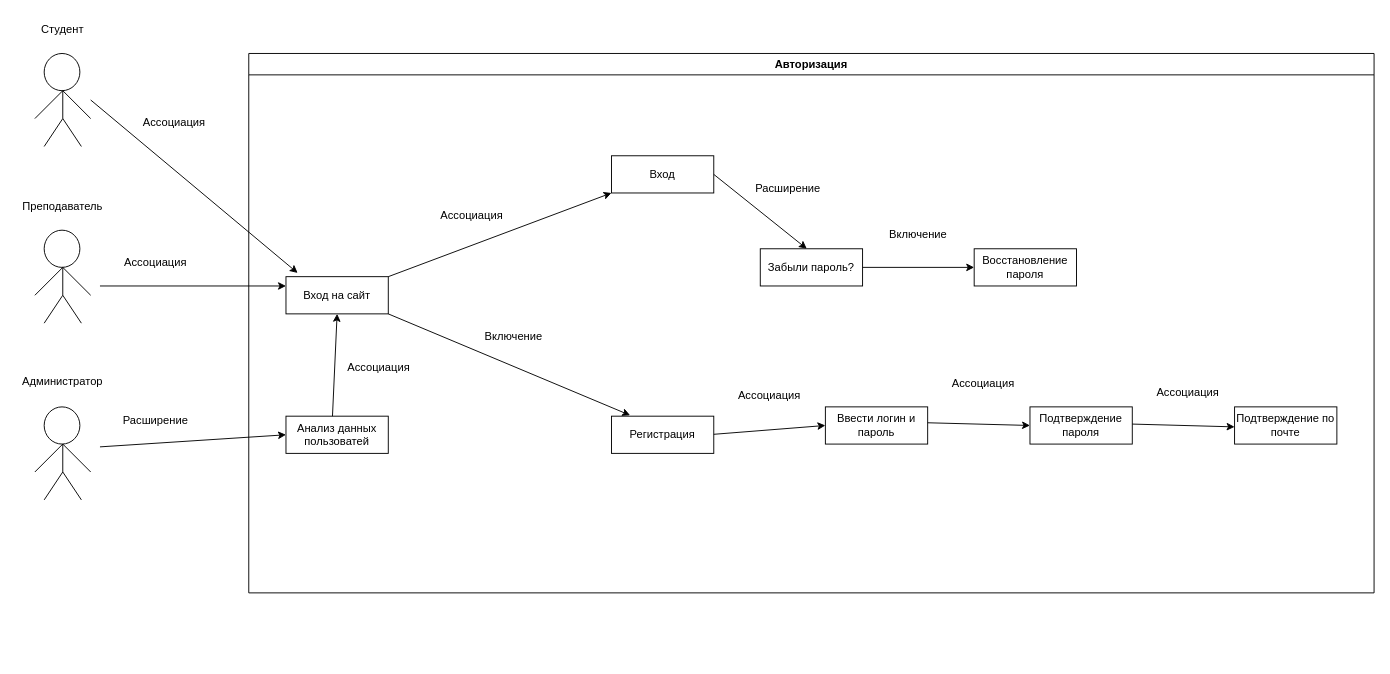
Above: wffwfwfwf.drawio in foreverhermit/Kursovaya-rabota (draw.io), before the change. Source tidied: cells renumbered, new cells numbered last; positions are measured from the earlier drawing's top-left corner, leaving out a move shared by most shapes. Both pictures are drawn from the tidied source at 93%, with x=0, y=0 at pixel (16, 16).
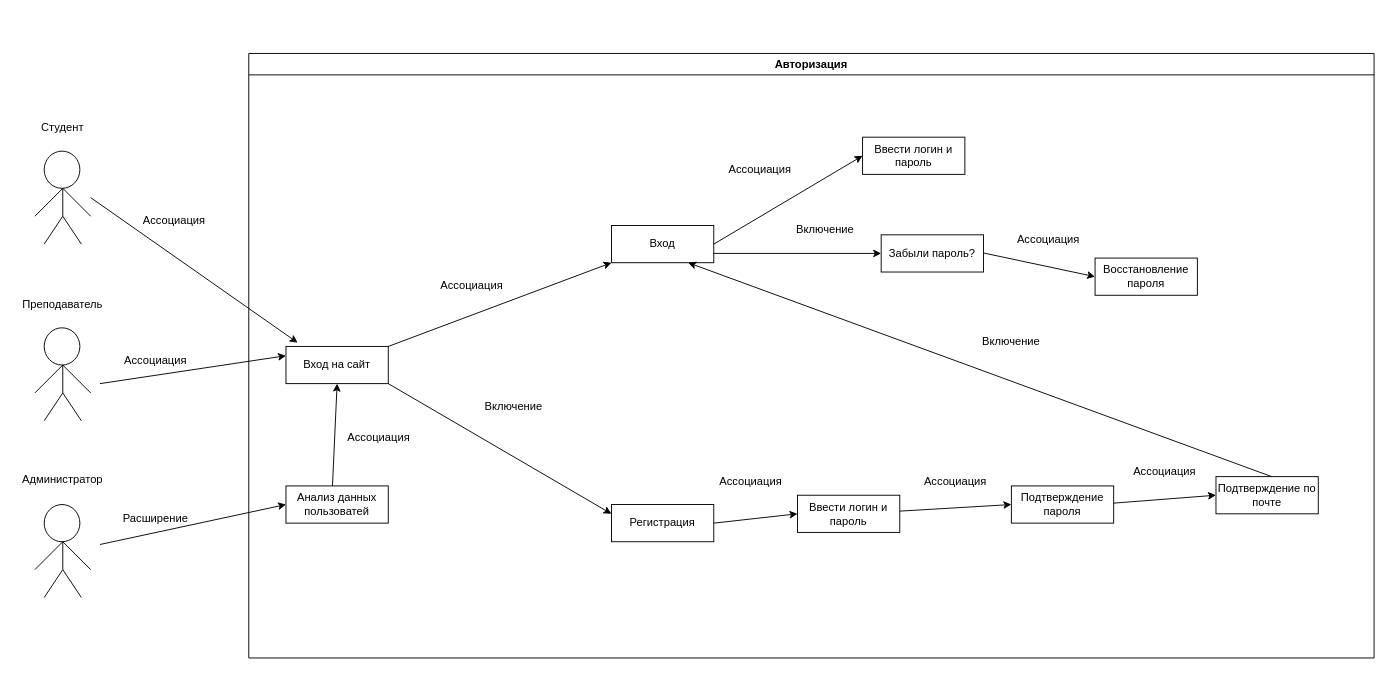
After the change.

Change to the diagram source:
```diff
@@
+    <mxCell id="23" value="Авторизация" style="swimlane;whiteSpace=wrap;html=1;" parent="1" vertex="1">
+      <mxGeometry x="250" y="40" width="1210" height="650" as="geometry" />
+    </mxCell>
-    <mxCell id="2" style="group;" parent="1" vertex="1">
-      <mxGeometry x="20" y="40" width="60" height="100" as="geometry" />
+    <mxCell id="2" style="group;" parent="23" vertex="1">
+      <mxGeometry x="-230" y="105" width="60" height="100" as="geometry" />
     </mxCell>
@@
-    <mxCell id="9" style="group;" parent="1" vertex="1">
-      <mxGeometry x="20" y="420" width="60" height="100" as="geometry" />
+    <mxCell id="9" style="group;" parent="23" vertex="1">
+      <mxGeometry x="-230" y="485" width="60" height="100" as="geometry" />
     </mxCell>
@@
-    <mxCell id="16" style="group;" parent="1" vertex="1">
-      <mxGeometry x="20" y="230" width="60" height="100" as="geometry" />
+    <mxCell id="16" style="group;" parent="23" vertex="1">
+      <mxGeometry x="-230" y="295" width="60" height="100" as="geometry" />
     </mxCell>
@@
-    <mxCell id="23" value="Авторизация" style="swimlane;whiteSpace=wrap;html=1;" parent="1" vertex="1">
-      <mxGeometry x="250" y="40" width="1210" height="580" as="geometry" />
-    </mxCell>
     <mxCell id="24" value="Вход на сайт" style="rounded=0;whiteSpace=wrap;html=1;" parent="23" vertex="1">
-      <mxGeometry x="40" y="240" width="110" height="40" as="geometry" />
+      <mxGeometry x="40" y="315" width="110" height="40" as="geometry" />
     </mxCell>
     <mxCell id="25" value="Регистрация" style="rounded=0;whiteSpace=wrap;html=1;" parent="23" vertex="1">
-      <mxGeometry x="390" y="390" width="110" height="40" as="geometry" />
+      <mxGeometry x="390" y="485" width="110" height="40" as="geometry" />
     </mxCell>
     <mxCell id="26" value="Вход" style="rounded=0;whiteSpace=wrap;html=1;" parent="23" vertex="1">
-      <mxGeometry x="390" y="110" width="110" height="40" as="geometry" />
+      <mxGeometry x="390" y="185" width="110" height="40" as="geometry" />
     </mxCell>
-    <mxCell id="27" style="endArrow=classic;html=1;rounded=0;exitX=1;exitY=0.5;exitDx=0;exitDy=0;" parent="23" edge="1" source="26">
-      <mxGeometry relative="1" as="geometry">
-        <mxPoint x="600" y="210" as="targetPoint" />
-      </mxGeometry>
+    <mxCell id="27" style="endArrow=classic;html=1;rounded=0;exitX=1;exitY=0.5;exitDx=0;exitDy=0;entryX=0;entryY=0.5;entryDx=0;entryDy=0;" parent="23" edge="1" source="26" target="58">
+      <mxGeometry relative="1" as="geometry" />
     </mxCell>
-    <mxCell id="28" value="Забыли пароль?" style="rounded=0;whiteSpace=wrap;html=1;" parent="23" vertex="1">
-      <mxGeometry x="550" y="210" width="110" height="40" as="geometry" />
-    </mxCell>
     <mxCell id="29" value="Ввести логин и пароль" style="rounded=0;whiteSpace=wrap;html=1;" parent="23" vertex="1">
-      <mxGeometry x="620" y="380" width="110" height="40" as="geometry" />
+      <mxGeometry x="590" y="475" width="110" height="40" as="geometry" />
     </mxCell>
-    <mxCell id="30" style="endArrow=classic;html=1;rounded=0;entryX=0;entryY=0.5;entryDx=0;entryDy=0;" parent="23" edge="1" target="29">
-      <mxGeometry relative="1" as="geometry">
-        <mxPoint x="500" y="409.5" as="sourcePoint" />
-      </mxGeometry>
+    <mxCell id="30" style="endArrow=classic;html=1;rounded=0;entryX=0;entryY=0.5;entryDx=0;entryDy=0;exitX=1;exitY=0.5;exitDx=0;exitDy=0;" parent="23" edge="1" source="25" target="29">
+      <mxGeometry relative="1" as="geometry" />
     </mxCell>
     <mxCell id="31" value="Подтверждение пароля" style="rounded=0;whiteSpace=wrap;html=1;" parent="23" vertex="1">
-      <mxGeometry x="840" y="380" width="110" height="40" as="geometry" />
+      <mxGeometry x="820" y="465" width="110" height="40" as="geometry" />
     </mxCell>
-    <mxCell id="32" style="endArrow=classic;html=1;rounded=0;" parent="23" edge="1">
+    <mxCell id="32" style="endArrow=classic;html=1;rounded=0;entryX=0;entryY=0.5;entryDx=0;entryDy=0;" parent="23" edge="1" target="31">
       <mxGeometry relative="1" as="geometry">
-        <mxPoint x="730" y="397.1" as="sourcePoint" />
-        <mxPoint x="840" y="400" as="targetPoint" />
+        <mxPoint x="700" y="492.1" as="sourcePoint" />
       </mxGeometry>
     </mxCell>
     <mxCell id="33" style="endArrow=classic;html=1;rounded=0;entryX=0;entryY=1;entryDx=0;entryDy=0;" parent="23" edge="1" target="26">
       <mxGeometry relative="1" as="geometry">
-        <mxPoint x="150" y="240" as="sourcePoint" />
+        <mxPoint x="150" y="315" as="sourcePoint" />
       </mxGeometry>
     </mxCell>
-    <mxCell id="34" style="endArrow=classic;html=1;rounded=0;entryX=0.182;entryY=-0.025;entryDx=0;entryDy=0;entryPerimeter=0;" parent="23" edge="1" target="25">
+    <mxCell id="34" style="endArrow=classic;html=1;rounded=0;entryX=0;entryY=0.25;entryDx=0;entryDy=0;" parent="23" edge="1" target="25">
       <mxGeometry relative="1" as="geometry">
-        <mxPoint x="150" y="280" as="sourcePoint" />
+        <mxPoint x="150" y="355" as="sourcePoint" />
       </mxGeometry>
     </mxCell>
-    <mxCell id="35" value="Расширение" style="text;html=1;align=center;verticalAlign=middle;whiteSpace=wrap;rounded=0;" parent="23" vertex="1">
-      <mxGeometry x="550" y="130" width="60" height="30" as="geometry" />
-    </mxCell>
     <mxCell id="36" value="Ассоциация" style="text;html=1;align=center;verticalAlign=middle;whiteSpace=wrap;rounded=0;" parent="23" vertex="1">
-      <mxGeometry x="210" y="160" width="60" height="30" as="geometry" />
+      <mxGeometry x="210" y="235" width="60" height="30" as="geometry" />
     </mxCell>
     <mxCell id="37" value="Включение" style="text;html=1;align=center;verticalAlign=middle;whiteSpace=wrap;rounded=0;" parent="23" vertex="1">
-      <mxGeometry x="255" y="290" width="60" height="30" as="geometry" />
+      <mxGeometry x="255" y="365" width="60" height="30" as="geometry" />
     </mxCell>
     <mxCell id="38" value="Ассоциация" style="text;html=1;align=center;verticalAlign=middle;whiteSpace=wrap;rounded=0;" parent="23" vertex="1">
-      <mxGeometry x="530" y="353" width="60" height="30" as="geometry" />
+      <mxGeometry x="510" y="445" width="60" height="30" as="geometry" />
     </mxCell>
     <mxCell id="39" value="Ассоциация" style="text;html=1;align=center;verticalAlign=middle;whiteSpace=wrap;rounded=0;" parent="23" vertex="1">
-      <mxGeometry x="760" y="340" width="60" height="30" as="geometry" />
+      <mxGeometry x="730" y="445" width="60" height="30" as="geometry" />
     </mxCell>
     <mxCell id="40" value="Анализ данных пользоватей" style="rounded=0;whiteSpace=wrap;html=1;" parent="23" vertex="1">
-      <mxGeometry x="40" y="390" width="110" height="40" as="geometry" />
+      <mxGeometry x="40" y="465" width="110" height="40" as="geometry" />
     </mxCell>
     <mxCell id="41" style="endArrow=classic;html=1;rounded=0;entryX=0.5;entryY=1;entryDx=0;entryDy=0;" parent="23" edge="1" target="24">
       <mxGeometry relative="1" as="geometry">
-        <mxPoint x="90" y="390" as="sourcePoint" />
+        <mxPoint x="90" y="465" as="sourcePoint" />
       </mxGeometry>
     </mxCell>
     <mxCell id="42" value="Ассоциация" style="text;html=1;align=center;verticalAlign=middle;whiteSpace=wrap;rounded=0;" parent="23" vertex="1">
-      <mxGeometry x="110" y="323" width="60" height="30" as="geometry" />
+      <mxGeometry x="110" y="398" width="60" height="30" as="geometry" />
     </mxCell>
     <mxCell id="43" value="Восстановление пароля" style="rounded=0;whiteSpace=wrap;html=1;" parent="23" vertex="1">
-      <mxGeometry x="780" y="210" width="110" height="40" as="geometry" />
+      <mxGeometry x="910" y="220" width="110" height="40" as="geometry" />
     </mxCell>
-    <mxCell id="44" style="endArrow=classic;html=1;rounded=0;entryX=0;entryY=0.5;entryDx=0;entryDy=0;" parent="23" edge="1" target="43">
-      <mxGeometry relative="1" as="geometry">
-        <mxPoint x="660" y="230" as="sourcePoint" />
-      </mxGeometry>
-    </mxCell>
-    <mxCell id="45" value="Включение" style="text;html=1;align=center;verticalAlign=middle;whiteSpace=wrap;rounded=0;" parent="23" vertex="1">
-      <mxGeometry x="690" y="180" width="60" height="30" as="geometry" />
-    </mxCell>
     <mxCell id="46" style="endArrow=classic;html=1;rounded=0;" parent="23" edge="1">
       <mxGeometry relative="1" as="geometry">
-        <mxPoint x="950" y="398.5" as="sourcePoint" />
-        <mxPoint x="1060" y="401.5" as="targetPoint" />
+        <mxPoint x="930" y="483.5" as="sourcePoint" />
+        <mxPoint x="1040" y="475" as="targetPoint" />
       </mxGeometry>
     </mxCell>
     <mxCell id="47" value="Подтверждение по почте" style="rounded=0;whiteSpace=wrap;html=1;" parent="23" vertex="1">
-      <mxGeometry x="1060" y="380" width="110" height="40" as="geometry" />
+      <mxGeometry x="1040" y="455" width="110" height="40" as="geometry" />
     </mxCell>
     <mxCell id="48" value="Ассоциация" style="text;html=1;align=center;verticalAlign=middle;whiteSpace=wrap;rounded=0;" parent="23" vertex="1">
-      <mxGeometry x="980" y="350" width="60" height="30" as="geometry" />
+      <mxGeometry x="955" y="435" width="60" height="30" as="geometry" />
     </mxCell>
+    <mxCell id="28" value="Забыли пароль?" style="rounded=0;whiteSpace=wrap;html=1;" parent="23" vertex="1">
+      <mxGeometry x="680" y="195" width="110" height="40" as="geometry" />
+    </mxCell>
+    <mxCell id="58" value="Ввести логин и пароль" style="rounded=0;whiteSpace=wrap;html=1;" parent="23" vertex="1">
+      <mxGeometry x="660" y="90" width="110" height="40" as="geometry" />
+    </mxCell>
+    <mxCell id="59" value="Ассоциация" style="text;html=1;align=center;verticalAlign=middle;whiteSpace=wrap;rounded=0;" parent="23" vertex="1">
+      <mxGeometry x="520" y="110" width="60" height="30" as="geometry" />
+    </mxCell>
+    <mxCell id="60" style="endArrow=classic;html=1;rounded=0;entryX=0.75;entryY=1;entryDx=0;entryDy=0;exitX=0.545;exitY=0;exitDx=0;exitDy=0;exitPerimeter=0;" parent="23" edge="1" source="47" target="26">
+      <mxGeometry relative="1" as="geometry" />
+    </mxCell>
+    <mxCell id="61" value="Включение" style="text;html=1;align=center;verticalAlign=middle;whiteSpace=wrap;rounded=0;" parent="23" vertex="1">
+      <mxGeometry x="790" y="295" width="60" height="30" as="geometry" />
+    </mxCell>
+    <mxCell id="62" style="endArrow=classic;html=1;rounded=0;exitX=1;exitY=0.5;exitDx=0;exitDy=0;entryX=0;entryY=0.5;entryDx=0;entryDy=0;" parent="23" edge="1" target="28">
+      <mxGeometry relative="1" as="geometry">
+        <mxPoint x="500" y="215" as="sourcePoint" />
+      </mxGeometry>
+    </mxCell>
+    <mxCell id="63" value="Включение" style="text;html=1;align=center;verticalAlign=middle;whiteSpace=wrap;rounded=0;" parent="23" vertex="1">
+      <mxGeometry x="590" y="175" width="60" height="30" as="geometry" />
+    </mxCell>
-    <mxCell id="49" value="Администратор" style="text;html=1;align=center;verticalAlign=middle;whiteSpace=wrap;rounded=0;" parent="1" vertex="1">
-      <mxGeometry y="373" width="100" height="40" as="geometry" />
+    <mxCell id="49" value="Администратор" style="text;html=1;align=center;verticalAlign=middle;whiteSpace=wrap;rounded=0;" parent="23" vertex="1">
+      <mxGeometry x="-250" y="438" width="100" height="40" as="geometry" />
     </mxCell>
-    <mxCell id="50" value="Студент" style="text;html=1;align=center;verticalAlign=middle;whiteSpace=wrap;rounded=0;" parent="1" vertex="1">
-      <mxGeometry x="20" width="60" height="30" as="geometry" />
+    <mxCell id="50" value="Студент" style="text;html=1;align=center;verticalAlign=middle;whiteSpace=wrap;rounded=0;" parent="23" vertex="1">
+      <mxGeometry x="-230" y="65" width="60" height="30" as="geometry" />
     </mxCell>
-    <mxCell id="51" value="Преподаватель" style="text;html=1;align=center;verticalAlign=middle;whiteSpace=wrap;rounded=0;" parent="1" vertex="1">
-      <mxGeometry y="180" width="100" height="50" as="geometry" />
+    <mxCell id="51" value="Преподаватель" style="text;html=1;align=center;verticalAlign=middle;whiteSpace=wrap;rounded=0;" parent="23" vertex="1">
+      <mxGeometry x="-250" y="245" width="100" height="50" as="geometry" />
     </mxCell>
-    <mxCell id="52" style="endArrow=classic;html=1;rounded=0;entryX=0;entryY=0.25;entryDx=0;entryDy=0;" parent="1" edge="1" target="24">
+    <mxCell id="52" style="endArrow=classic;html=1;rounded=0;entryX=0;entryY=0.25;entryDx=0;entryDy=0;" parent="23" edge="1" target="24">
       <mxGeometry relative="1" as="geometry">
-        <mxPoint x="90" y="290" as="sourcePoint" />
+        <mxPoint x="-160" y="355" as="sourcePoint" />
       </mxGeometry>
     </mxCell>
-    <mxCell id="53" style="endArrow=classic;html=1;rounded=0;entryX=0.114;entryY=-0.1;entryDx=0;entryDy=0;entryPerimeter=0;" parent="1" edge="1" target="24">
+    <mxCell id="53" style="endArrow=classic;html=1;rounded=0;entryX=0.114;entryY=-0.1;entryDx=0;entryDy=0;entryPerimeter=0;" parent="23" edge="1" target="24">
       <mxGeometry relative="1" as="geometry">
-        <mxPoint x="80" y="90" as="sourcePoint" />
+        <mxPoint x="-170" y="155" as="sourcePoint" />
       </mxGeometry>
     </mxCell>
-    <mxCell id="54" style="endArrow=classic;html=1;rounded=0;entryX=0;entryY=0.25;entryDx=0;entryDy=0;" parent="1" edge="1">
+    <mxCell id="54" style="endArrow=classic;html=1;rounded=0;entryX=0;entryY=0.5;entryDx=0;entryDy=0;" parent="23" edge="1" target="40">
       <mxGeometry relative="1" as="geometry">
-        <mxPoint x="90" y="463" as="sourcePoint" />
-        <mxPoint x="290" y="450" as="targetPoint" />
+        <mxPoint x="-160" y="528" as="sourcePoint" />
       </mxGeometry>
     </mxCell>
-    <mxCell id="55" value="Ассоциация" style="text;html=1;align=center;verticalAlign=middle;whiteSpace=wrap;rounded=0;" parent="1" vertex="1">
-      <mxGeometry x="140" y="100" width="60" height="30" as="geometry" />
+    <mxCell id="55" value="Ассоциация" style="text;html=1;align=center;verticalAlign=middle;whiteSpace=wrap;rounded=0;" parent="23" vertex="1">
+      <mxGeometry x="-110" y="165" width="60" height="30" as="geometry" />
     </mxCell>
-    <mxCell id="56" value="Ассоциация" style="text;html=1;align=center;verticalAlign=middle;whiteSpace=wrap;rounded=0;" parent="1" vertex="1">
-      <mxGeometry x="120" y="250" width="60" height="30" as="geometry" />
+    <mxCell id="56" value="Ассоциация" style="text;html=1;align=center;verticalAlign=middle;whiteSpace=wrap;rounded=0;" parent="23" vertex="1">
+      <mxGeometry x="-130" y="315" width="60" height="30" as="geometry" />
     </mxCell>
-    <mxCell id="57" value="Расширение" style="text;html=1;align=center;verticalAlign=middle;whiteSpace=wrap;rounded=0;" parent="1" vertex="1">
-      <mxGeometry x="120" y="420" width="60" height="30" as="geometry" />
+    <mxCell id="57" value="Расширение" style="text;html=1;align=center;verticalAlign=middle;whiteSpace=wrap;rounded=0;" parent="23" vertex="1">
+      <mxGeometry x="-130" y="485" width="60" height="30" as="geometry" />
     </mxCell>
+    <mxCell id="64" style="endArrow=classic;html=1;rounded=0;exitX=1;exitY=0.5;exitDx=0;exitDy=0;" parent="23" edge="1">
+      <mxGeometry relative="1" as="geometry">
+        <mxPoint x="790" y="214.5" as="sourcePoint" />
+        <mxPoint x="910" y="240" as="targetPoint" />
+      </mxGeometry>
+    </mxCell>
+    <mxCell id="65" value="Ассоциация" style="text;html=1;align=center;verticalAlign=middle;whiteSpace=wrap;rounded=0;" parent="23" vertex="1">
+      <mxGeometry x="830" y="185" width="60" height="30" as="geometry" />
+    </mxCell>
```
